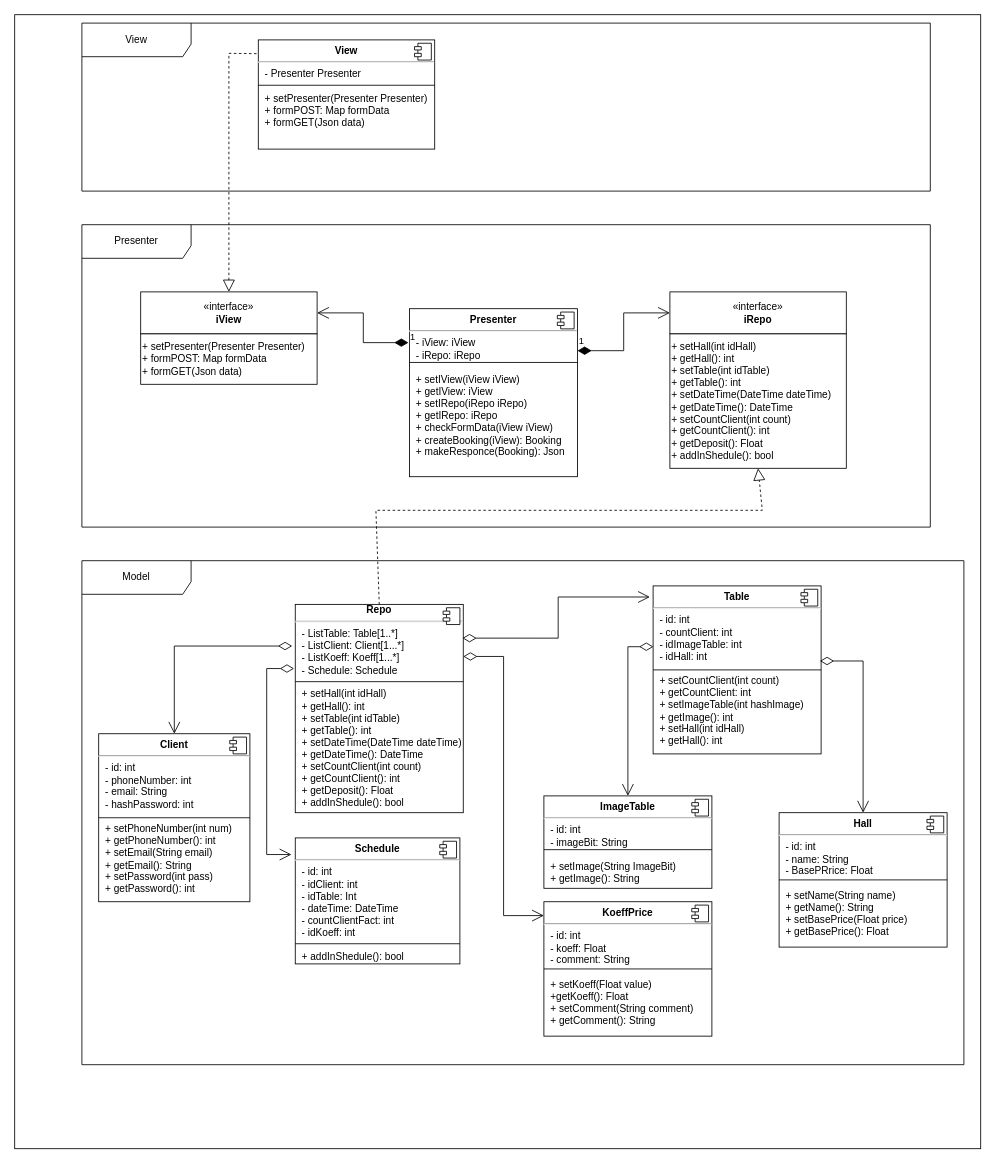
This is hw8/бэкап/uml.drawio from Ashka-08/architecture_hw, a draw.io file, before an edit. Source tidied: cells renumbered, new cells numbered last; positions are measured from the earlier drawing's top-left corner, leaving out a move shared by most shapes. Both pictures are drawn from the tidied source at 84%, with x=0, y=0 at pixel (14, 14).
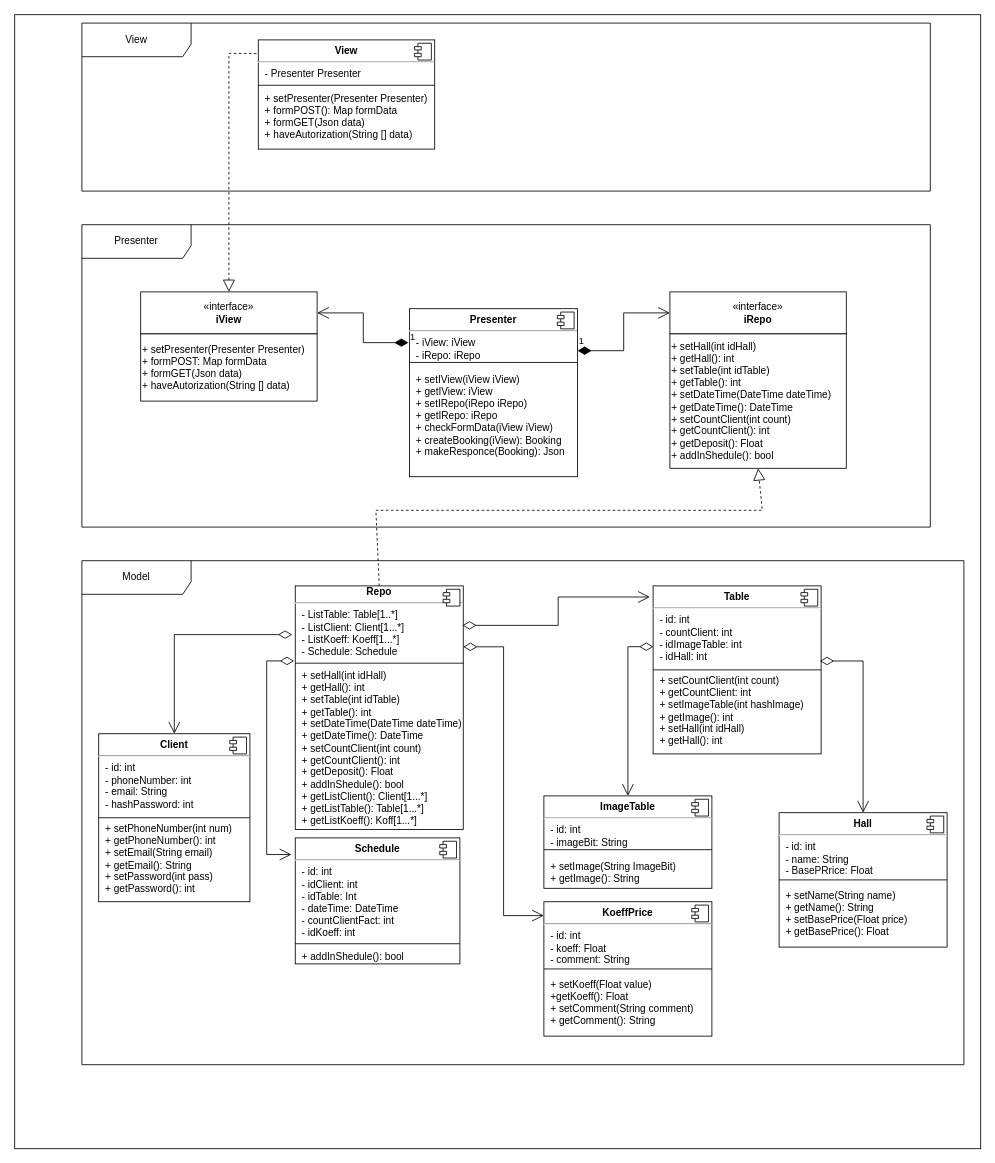
After the change.

Unchanged cells that the change refers to:
```xml
<mxCell id="43" value="&lt;p style=&quot;margin:0px;margin-top:6px;text-align:center;&quot;&gt;&lt;b&gt;Schedule&lt;/b&gt;&lt;br&gt;&lt;/p&gt;&lt;hr&gt;&lt;p style=&quot;margin:0px;margin-left:8px;&quot;&gt;- id: int&lt;br&gt;-&amp;nbsp;idClient: int&lt;/p&gt;&lt;p style=&quot;margin:0px;margin-left:8px;&quot;&gt;-&amp;nbsp;idTable: Int&lt;/p&gt;&lt;p style=&quot;margin:0px;margin-left:8px;&quot;&gt;-&amp;nbsp;dateTime: DateTime&lt;/p&gt;&lt;p style=&quot;margin:0px;margin-left:8px;&quot;&gt;-&amp;nbsp;countClientFact: int&lt;/p&gt;&lt;p style=&quot;margin:0px;margin-left:8px;&quot;&gt;-&amp;nbsp;idKoeff: int&lt;/p&gt;&lt;p style=&quot;margin:0px;margin-left:8px;&quot;&gt;&lt;br&gt;&lt;/p&gt;&lt;p style=&quot;margin:0px;margin-left:8px;&quot;&gt;+ addInShedule(): bool&lt;/p&gt;" style="align=left;overflow=fill;html=1;whiteSpace=wrap;" parent="1" vertex="1">
  <mxGeometry x="334" y="980" width="196" height="150" as="geometry" />
</mxCell>
```

The edit, as a diff of the source:
```diff
@@
-    <mxCell id="3" value="&lt;p style=&quot;margin:0px;margin-top:6px;text-align:center;&quot;&gt;&lt;b&gt;View&lt;/b&gt;&lt;/p&gt;&lt;hr&gt;&lt;p style=&quot;margin:0px;margin-left:8px;&quot;&gt;- Presenter Presenter&lt;/p&gt;&lt;p style=&quot;margin:0px;margin-left:8px;&quot;&gt;&lt;br&gt;&lt;/p&gt;&lt;p style=&quot;margin:0px;margin-left:8px;&quot;&gt;+ setPresenter(Presenter Presenter)&lt;/p&gt;&lt;p style=&quot;margin:0px;margin-left:8px;&quot;&gt;+ formPOST: Map formData&lt;/p&gt;&lt;p style=&quot;margin:0px;margin-left:8px;&quot;&gt;+ formGET(Json data)&lt;/p&gt;" style="align=left;overflow=fill;html=1;whiteSpace=wrap;" parent="1" vertex="1">
+    <mxCell id="3" value="&lt;p style=&quot;margin:0px;margin-top:6px;text-align:center;&quot;&gt;&lt;b&gt;View&lt;/b&gt;&lt;/p&gt;&lt;hr&gt;&lt;p style=&quot;margin:0px;margin-left:8px;&quot;&gt;- Presenter Presenter&lt;/p&gt;&lt;p style=&quot;margin:0px;margin-left:8px;&quot;&gt;&lt;br&gt;&lt;/p&gt;&lt;p style=&quot;margin:0px;margin-left:8px;&quot;&gt;+ setPresenter(Presenter Presenter)&lt;/p&gt;&lt;p style=&quot;margin:0px;margin-left:8px;&quot;&gt;+ formPOST(): Map formData&lt;/p&gt;&lt;p style=&quot;margin:0px;margin-left:8px;&quot;&gt;+ formGET(Json data)&lt;/p&gt;&lt;p style=&quot;margin:0px;margin-left:8px;&quot;&gt;+ haveAutorization(String [] data)&lt;br&gt;&lt;/p&gt;" style="align=left;overflow=fill;html=1;whiteSpace=wrap;" parent="1" vertex="1">
       <mxGeometry x="290" y="30" width="210" height="130" as="geometry" />
     </mxCell>
@@
-    <mxCell id="10" value="&lt;div style=&quot;text-align: center;&quot;&gt;&lt;b&gt;Repo&lt;/b&gt;&lt;/div&gt;&lt;hr&gt;&lt;p style=&quot;margin:0px;margin-left:8px;&quot;&gt;- ListTable: Table[1..*]&lt;br&gt;&lt;/p&gt;&lt;p style=&quot;margin:0px;margin-left:8px;&quot;&gt;- ListClient: Client[1...*]&lt;/p&gt;&lt;p style=&quot;margin:0px;margin-left:8px;&quot;&gt;- ListKoeff: Koeff[1...*]&lt;/p&gt;&lt;p style=&quot;margin:0px;margin-left:8px;&quot;&gt;- Schedule: Schedule&lt;/p&gt;&lt;p style=&quot;margin:0px;margin-left:8px;&quot;&gt;&lt;br&gt;&lt;/p&gt;&lt;p style=&quot;margin:0px;margin-left:8px;&quot;&gt;+ setHall(int idHall)&lt;/p&gt;&lt;p style=&quot;margin:0px;margin-left:8px;&quot;&gt;+ getHall(): int&lt;/p&gt;&lt;p style=&quot;margin:0px;margin-left:8px;&quot;&gt;+ setTable(int idTable)&lt;/p&gt;&lt;p style=&quot;margin:0px;margin-left:8px;&quot;&gt;+ getTable(): int&lt;/p&gt;&lt;p style=&quot;margin:0px;margin-left:8px;&quot;&gt;+ setDateTime(DateTime dateTime)&lt;/p&gt;&lt;p style=&quot;margin:0px;margin-left:8px;&quot;&gt;+ getDateTime(): DateTime&lt;/p&gt;&lt;p style=&quot;margin:0px;margin-left:8px;&quot;&gt;+ setCountClient(int count)&lt;/p&gt;&lt;p style=&quot;margin:0px;margin-left:8px;&quot;&gt;+ getCountClient(): int&lt;/p&gt;&lt;p style=&quot;margin:0px;margin-left:8px;&quot;&gt;+ getDeposit(): Float&lt;/p&gt;&lt;p style=&quot;margin:0px;margin-left:8px;&quot;&gt;+ addInShedule(): bool&lt;/p&gt;" style="align=left;overflow=fill;html=1;whiteSpace=wrap;" parent="1" vertex="1">
-      <mxGeometry x="334" y="702" width="200" height="248" as="geometry" />
+    <mxCell id="10" value="&lt;div style=&quot;text-align: center;&quot;&gt;&lt;b&gt;Repo&lt;/b&gt;&lt;/div&gt;&lt;hr&gt;&lt;p style=&quot;margin:0px;margin-left:8px;&quot;&gt;- ListTable: Table[1..*]&lt;br&gt;&lt;/p&gt;&lt;p style=&quot;margin:0px;margin-left:8px;&quot;&gt;- ListClient: Client[1...*]&lt;/p&gt;&lt;p style=&quot;margin:0px;margin-left:8px;&quot;&gt;- ListKoeff: Koeff[1...*]&lt;/p&gt;&lt;p style=&quot;margin:0px;margin-left:8px;&quot;&gt;- Schedule: Schedule&lt;/p&gt;&lt;p style=&quot;margin:0px;margin-left:8px;&quot;&gt;&lt;br&gt;&lt;/p&gt;&lt;p style=&quot;margin:0px;margin-left:8px;&quot;&gt;+ setHall(int idHall)&lt;/p&gt;&lt;p style=&quot;margin:0px;margin-left:8px;&quot;&gt;+ getHall(): int&lt;/p&gt;&lt;p style=&quot;margin:0px;margin-left:8px;&quot;&gt;+ setTable(int idTable)&lt;/p&gt;&lt;p style=&quot;margin:0px;margin-left:8px;&quot;&gt;+ getTable(): int&lt;/p&gt;&lt;p style=&quot;margin:0px;margin-left:8px;&quot;&gt;+ setDateTime(DateTime dateTime)&lt;/p&gt;&lt;p style=&quot;margin:0px;margin-left:8px;&quot;&gt;+ getDateTime(): DateTime&lt;/p&gt;&lt;p style=&quot;margin:0px;margin-left:8px;&quot;&gt;+ setCountClient(int count)&lt;/p&gt;&lt;p style=&quot;margin:0px;margin-left:8px;&quot;&gt;+ getCountClient(): int&lt;/p&gt;&lt;p style=&quot;margin:0px;margin-left:8px;&quot;&gt;+ getDeposit(): Float&lt;/p&gt;&lt;p style=&quot;margin:0px;margin-left:8px;&quot;&gt;+ addInShedule(): bool&lt;/p&gt;&lt;p style=&quot;margin:0px;margin-left:8px;&quot;&gt;+ getListClient(): Client[1...*]&lt;/p&gt;&lt;p style=&quot;margin:0px;margin-left:8px;&quot;&gt;+ getListTable(): Table[1...*]&lt;/p&gt;&lt;p style=&quot;margin:0px;margin-left:8px;&quot;&gt;+ getListKoeff(): Koff[1...*]&lt;/p&gt;" style="align=left;overflow=fill;html=1;whiteSpace=wrap;" parent="1" vertex="1">
+      <mxGeometry x="334" y="680" width="200" height="290" as="geometry" />
     </mxCell>
@@
     <mxCell id="29" style="line;strokeWidth=1;fillColor=none;align=left;verticalAlign=middle;spacingTop=-1;spacingLeft=3;spacingRight=3;labelPosition=right;strokeColor=inherit;" parent="1" vertex="1">
-      <mxGeometry x="334" y="790" width="200" height="8" as="geometry" />
+      <mxGeometry x="334" y="768" width="200" height="8" as="geometry" />
     </mxCell>
@@
-    <mxCell id="33" value="+ setPresenter(Presenter Presenter)&lt;br&gt;&lt;div&gt;+ formPOST: Map formData&lt;/div&gt;&lt;div&gt;+ formGET(Json data)&lt;/div&gt;" style="rounded=0;whiteSpace=wrap;html=1;align=left;" parent="1" vertex="1">
-      <mxGeometry x="150" y="380" width="210" height="60" as="geometry" />
+    <mxCell id="33" value="+ setPresenter(Presenter Presenter)&lt;br&gt;&lt;div&gt;+ formPOST: Map formData&lt;/div&gt;&lt;div&gt;+ formGET(Json data)&lt;/div&gt;&lt;div&gt;+ haveAutorization(String [] data)&lt;/div&gt;" style="rounded=0;whiteSpace=wrap;html=1;align=left;" parent="1" vertex="1">
+      <mxGeometry x="150" y="380" width="210" height="80" as="geometry" />
     </mxCell>
@@
     <mxCell id="46" style="endArrow=open;html=1;endSize=12;startArrow=diamondThin;startSize=14;startFill=0;edgeStyle=orthogonalEdgeStyle;align=left;verticalAlign=bottom;rounded=0;exitX=-0.007;exitY=0.308;exitDx=0;exitDy=0;exitPerimeter=0;entryX=-0.023;entryY=0.132;entryDx=0;entryDy=0;entryPerimeter=0;" parent="1" edge="1" source="10" target="43">
       <mxGeometry x="-1" y="3" relative="1" as="geometry">
         <Array as="points">
-          <mxPoint x="300" y="778" />
+          <mxPoint x="300" y="769" />
           <mxPoint x="300" y="1000" />
         </Array>
       </mxGeometry>
     </mxCell>
```
